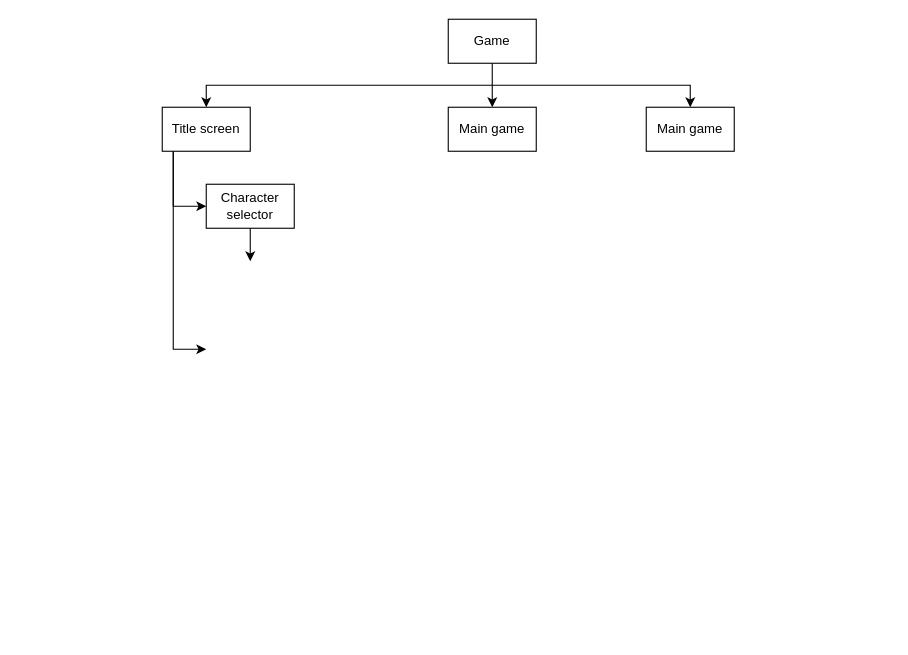
The draw.io diagram Untitled Diagram.drawio in Flat-Kiwi/squp.github.io, before the edit. Source tidied: cells renumbered, new cells numbered last; positions are measured from the earlier drawing's top-left corner, leaving out a move shared by most shapes. Both pictures are drawn from the tidied source at 110%, with x=0, y=0 at pixel (162, 19).
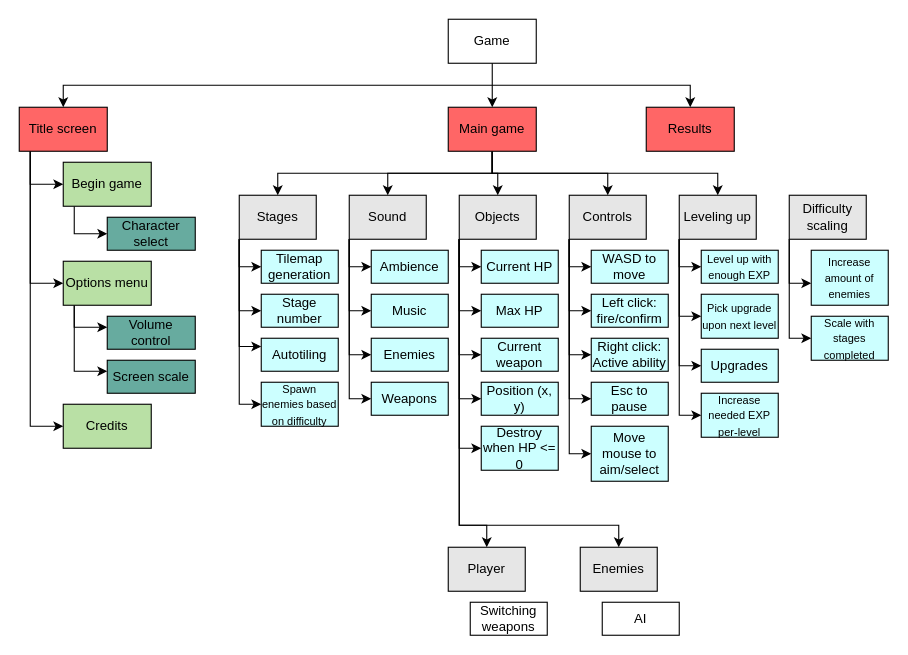
Above is the later version.

The edit, as a diff of the source:
```diff
@@
     <mxCell id="3" style="endArrow=classic;startArrow=classic;html=1;rounded=0;" parent="1" edge="1" source="7" target="9">
       <mxGeometry relative="1" as="geometry">
         <Array as="points">
-          <mxPoint x="40" y="60" />
-          <mxPoint x="295" y="60" />
+          <mxPoint x="-90" y="60" />
+          <mxPoint x="165" y="60" />
           <mxPoint x="480" y="60" />
         </Array>
       </mxGeometry>
     </mxCell>
@@
-    <mxCell id="5" style="edgeStyle=orthogonalEdgeStyle;rounded=0;jettySize=auto;html=1;" parent="1" edge="1" source="7">
+    <mxCell id="5" style="edgeStyle=orthogonalEdgeStyle;rounded=0;jettySize=auto;html=1;" parent="1" edge="1" source="7" target="11">
       <mxGeometry relative="1" as="geometry">
-        <mxPoint x="40" y="170" as="targetPoint" />
         <Array as="points">
-          <mxPoint x="10" y="170" />
+          <mxPoint x="-120" y="150" />
         </Array>
       </mxGeometry>
     </mxCell>
-    <mxCell id="6" style="edgeStyle=orthogonalEdgeStyle;rounded=0;jettySize=auto;html=1;" parent="1" edge="1" source="7">
+    <mxCell id="6" style="edgeStyle=orthogonalEdgeStyle;rounded=0;jettySize=auto;html=1;" parent="1" edge="1" source="7" target="20">
       <mxGeometry relative="1" as="geometry">
-        <mxPoint x="40" y="300" as="targetPoint" />
         <Array as="points">
-          <mxPoint x="10" y="300" />
-          <mxPoint x="40" y="300" />
+          <mxPoint x="-120" y="240" />
         </Array>
       </mxGeometry>
     </mxCell>
+    <mxCell id="12" style="edgeStyle=orthogonalEdgeStyle;rounded=0;jettySize=auto;html=1;" parent="1" edge="1" source="7" target="24">
+      <mxGeometry relative="1" as="geometry">
+        <Array as="points">
+          <mxPoint x="-120" y="370" />
+        </Array>
+      </mxGeometry>
+    </mxCell>
-    <mxCell id="7" value="Title screen" style="whiteSpace=wrap;html=1;" parent="1" vertex="1">
-      <mxGeometry y="80" width="80" height="40" as="geometry" />
+    <mxCell id="7" value="Title screen" style="whiteSpace=wrap;html=1;fillColor=#FF6666;" parent="1" vertex="1">
+      <mxGeometry x="-130" y="80" width="80" height="40" as="geometry" />
     </mxCell>
+    <mxCell id="13" style="edgeStyle=orthogonalEdgeStyle;rounded=0;jettySize=auto;html=1;entryX=0.5;entryY=0;entryDx=0;entryDy=0;" parent="1" edge="1" source="8" target="42">
+      <mxGeometry relative="1" as="geometry" />
+    </mxCell>
+    <mxCell id="14" style="edgeStyle=orthogonalEdgeStyle;rounded=0;jettySize=auto;html=1;entryX=0.5;entryY=0;entryDx=0;entryDy=0;" parent="1" edge="1" source="8" target="34">
+      <mxGeometry relative="1" as="geometry">
+        <Array as="points">
+          <mxPoint x="300" y="140" />
+          <mxPoint x="205" y="140" />
+        </Array>
+      </mxGeometry>
+    </mxCell>
+    <mxCell id="15" style="edgeStyle=orthogonalEdgeStyle;rounded=0;jettySize=auto;html=1;entryX=0.5;entryY=0;entryDx=0;entryDy=0;" parent="1" edge="1" source="8" target="29">
+      <mxGeometry relative="1" as="geometry">
+        <Array as="points">
+          <mxPoint x="300" y="140" />
+          <mxPoint x="105" y="140" />
+        </Array>
+      </mxGeometry>
+    </mxCell>
+    <mxCell id="16" style="edgeStyle=orthogonalEdgeStyle;rounded=0;jettySize=auto;html=1;entryX=0.5;entryY=0;entryDx=0;entryDy=0;" parent="1" edge="1" source="8" target="48">
+      <mxGeometry relative="1" as="geometry">
+        <Array as="points">
+          <mxPoint x="300" y="140" />
+          <mxPoint x="405" y="140" />
+        </Array>
+      </mxGeometry>
+    </mxCell>
+    <mxCell id="17" style="edgeStyle=orthogonalEdgeStyle;rounded=0;jettySize=auto;html=1;entryX=0.5;entryY=0;entryDx=0;entryDy=0;fillColor=#B9E0A5;" parent="1" edge="1" source="8" target="57">
+      <mxGeometry relative="1" as="geometry">
+        <Array as="points">
+          <mxPoint x="300" y="140" />
+          <mxPoint x="505" y="140" />
+        </Array>
+      </mxGeometry>
+    </mxCell>
-    <mxCell id="8" value="Main game" style="whiteSpace=wrap;html=1;" parent="1" vertex="1">
+    <mxCell id="8" value="Main game" style="whiteSpace=wrap;html=1;fillColor=#FF6666;" parent="1" vertex="1">
       <mxGeometry x="260" y="80" width="80" height="40" as="geometry" />
     </mxCell>
-    <mxCell id="9" value="Main game" style="whiteSpace=wrap;html=1;" parent="1" vertex="1">
+    <mxCell id="9" value="Results" style="whiteSpace=wrap;html=1;fillColor=#FF6666;" parent="1" vertex="1">
       <mxGeometry x="440" y="80" width="80" height="40" as="geometry" />
     </mxCell>
-    <mxCell id="10" style="edgeStyle=orthogonalEdgeStyle;rounded=0;jettySize=auto;html=1;" parent="1" edge="1" source="11">
+    <mxCell id="10" style="edgeStyle=orthogonalEdgeStyle;rounded=0;jettySize=auto;html=1;fillColor=#B9E0A5;" parent="1" edge="1" source="11" target="21">
       <mxGeometry relative="1" as="geometry">
-        <mxPoint x="80" y="220" as="targetPoint" />
+        <Array as="points">
+          <mxPoint x="-80" y="195" />
+        </Array>
       </mxGeometry>
     </mxCell>
-    <mxCell id="11" value="Character selector" style="whiteSpace=wrap;html=1;" parent="1" vertex="1">
-      <mxGeometry x="40" y="150" width="80" height="40" as="geometry" />
+    <mxCell id="11" value="Begin game" style="whiteSpace=wrap;html=1;fillColor=#B9E0A5;" parent="1" vertex="1">
+      <mxGeometry x="-90" y="130" width="80" height="40" as="geometry" />
     </mxCell>
+    <mxCell id="18" style="edgeStyle=orthogonalEdgeStyle;rounded=0;jettySize=auto;html=1;fillColor=#B9E0A5;" parent="1" edge="1" source="20" target="23">
+      <mxGeometry relative="1" as="geometry">
+        <Array as="points">
+          <mxPoint x="-80" y="320" />
+        </Array>
+      </mxGeometry>
+    </mxCell>
+    <mxCell id="19" style="edgeStyle=orthogonalEdgeStyle;rounded=0;jettySize=auto;html=1;fillColor=#B9E0A5;" parent="1" edge="1" source="20">
+      <mxGeometry relative="1" as="geometry">
+        <mxPoint x="-50" y="280" as="targetPoint" />
+        <Array as="points">
+          <mxPoint x="-80" y="280" />
+          <mxPoint x="-50" y="280" />
+        </Array>
+      </mxGeometry>
+    </mxCell>
+    <mxCell id="20" value="Options menu" style="whiteSpace=wrap;html=1;fillColor=#B9E0A5;" parent="1" vertex="1">
+      <mxGeometry x="-90" y="220" width="80" height="40" as="geometry" />
+    </mxCell>
+    <mxCell id="21" value="Character select" style="whiteSpace=wrap;html=1;fillColor=#67AB9F;" parent="1" vertex="1">
+      <mxGeometry x="-50" y="180" width="80" height="30" as="geometry" />
+    </mxCell>
+    <mxCell id="22" value="Volume control" style="whiteSpace=wrap;html=1;fillColor=#67AB9F;" parent="1" vertex="1">
+      <mxGeometry x="-50" y="270" width="80" height="30" as="geometry" />
+    </mxCell>
+    <mxCell id="23" value="Screen scale" style="whiteSpace=wrap;html=1;fillColor=#67AB9F;" parent="1" vertex="1">
+      <mxGeometry x="-50" y="310" width="80" height="30" as="geometry" />
+    </mxCell>
+    <mxCell id="24" value="Credits" style="whiteSpace=wrap;html=1;fillColor=#B9E0A5;" parent="1" vertex="1">
+      <mxGeometry x="-90" y="350" width="80" height="40" as="geometry" />
+    </mxCell>
+    <mxCell id="25" style="edgeStyle=orthogonalEdgeStyle;rounded=0;jettySize=auto;html=1;entryX=0;entryY=0.5;entryDx=0;entryDy=0;fontSize=10;fontColor=none;fillColor=#B9E0A5;" parent="1" edge="1" source="29" target="71">
+      <mxGeometry relative="1" as="geometry">
+        <Array as="points">
+          <mxPoint x="70" y="225" />
+        </Array>
+      </mxGeometry>
+    </mxCell>
+    <mxCell id="26" style="edgeStyle=orthogonalEdgeStyle;rounded=0;jettySize=auto;html=1;entryX=0;entryY=0.5;entryDx=0;entryDy=0;fontSize=10;fontColor=none;fillColor=#B9E0A5;" parent="1" edge="1" source="29" target="72">
+      <mxGeometry relative="1" as="geometry">
+        <Array as="points">
+          <mxPoint x="70" y="265" />
+        </Array>
+      </mxGeometry>
+    </mxCell>
+    <mxCell id="27" style="edgeStyle=orthogonalEdgeStyle;rounded=0;jettySize=auto;html=1;entryX=0;entryY=0.25;entryDx=0;entryDy=0;fontSize=10;fontColor=none;fillColor=#B9E0A5;" parent="1" edge="1" source="29" target="73">
+      <mxGeometry relative="1" as="geometry">
+        <Array as="points">
+          <mxPoint x="70" y="298" />
+        </Array>
+      </mxGeometry>
+    </mxCell>
+    <mxCell id="28" style="edgeStyle=orthogonalEdgeStyle;rounded=0;jettySize=auto;html=1;entryX=0;entryY=0.5;entryDx=0;entryDy=0;fontSize=10;fontColor=none;fillColor=#B9E0A5;" parent="1" edge="1" source="29" target="74">
+      <mxGeometry relative="1" as="geometry">
+        <Array as="points">
+          <mxPoint x="70" y="350" />
+        </Array>
+      </mxGeometry>
+    </mxCell>
+    <mxCell id="29" value="Stages" style="whiteSpace=wrap;html=1;fillColor=#E6E6E6;" parent="1" vertex="1">
+      <mxGeometry x="70" y="160" width="70" height="40" as="geometry" />
+    </mxCell>
+    <mxCell id="30" style="edgeStyle=orthogonalEdgeStyle;rounded=0;jettySize=auto;html=1;entryX=0;entryY=0.5;entryDx=0;entryDy=0;fillColor=#B9E0A5;" parent="1" edge="1" source="34" target="49">
+      <mxGeometry relative="1" as="geometry">
+        <Array as="points">
+          <mxPoint x="170" y="225" />
+        </Array>
+      </mxGeometry>
+    </mxCell>
+    <mxCell id="31" style="edgeStyle=orthogonalEdgeStyle;rounded=0;jettySize=auto;html=1;entryX=0;entryY=0.5;entryDx=0;entryDy=0;fillColor=#B9E0A5;" parent="1" edge="1" source="34" target="50">
+      <mxGeometry relative="1" as="geometry">
+        <Array as="points">
+          <mxPoint x="170" y="265" />
+        </Array>
+      </mxGeometry>
+    </mxCell>
+    <mxCell id="32" style="edgeStyle=orthogonalEdgeStyle;rounded=0;jettySize=auto;html=1;entryX=0;entryY=0.5;entryDx=0;entryDy=0;fillColor=#B9E0A5;" parent="1" edge="1" source="34" target="51">
+      <mxGeometry relative="1" as="geometry">
+        <Array as="points">
+          <mxPoint x="170" y="305" />
+        </Array>
+      </mxGeometry>
+    </mxCell>
+    <mxCell id="33" style="edgeStyle=orthogonalEdgeStyle;rounded=0;jettySize=auto;html=1;entryX=0;entryY=0.5;entryDx=0;entryDy=0;fillColor=#B9E0A5;" parent="1" edge="1" source="34" target="52">
+      <mxGeometry relative="1" as="geometry">
+        <Array as="points">
+          <mxPoint x="170" y="345" />
+        </Array>
+      </mxGeometry>
+    </mxCell>
+    <mxCell id="34" value="Sound" style="whiteSpace=wrap;html=1;fillColor=#E6E6E6;" parent="1" vertex="1">
+      <mxGeometry x="170" y="160" width="70" height="40" as="geometry" />
+    </mxCell>
+    <mxCell id="35" style="edgeStyle=orthogonalEdgeStyle;rounded=0;jettySize=auto;html=1;entryX=0;entryY=0.5;entryDx=0;entryDy=0;fontSize=10;fontColor=none;fillColor=#B9E0A5;" parent="1" edge="1" source="42" target="78">
+      <mxGeometry relative="1" as="geometry">
+        <Array as="points">
+          <mxPoint x="270" y="225" />
+        </Array>
+      </mxGeometry>
+    </mxCell>
+    <mxCell id="36" style="edgeStyle=orthogonalEdgeStyle;rounded=0;jettySize=auto;html=1;entryX=0;entryY=0.5;entryDx=0;entryDy=0;fontSize=10;fontColor=none;fillColor=#B9E0A5;" parent="1" edge="1" source="42" target="79">
+      <mxGeometry relative="1" as="geometry">
+        <Array as="points">
+          <mxPoint x="270" y="265" />
+        </Array>
+      </mxGeometry>
+    </mxCell>
+    <mxCell id="37" style="edgeStyle=orthogonalEdgeStyle;rounded=0;jettySize=auto;html=1;entryX=0;entryY=0.5;entryDx=0;entryDy=0;fontSize=10;fontColor=none;fillColor=#B9E0A5;" parent="1" edge="1" source="42" target="80">
+      <mxGeometry relative="1" as="geometry">
+        <Array as="points">
+          <mxPoint x="270" y="305" />
+        </Array>
+      </mxGeometry>
+    </mxCell>
+    <mxCell id="38" style="edgeStyle=orthogonalEdgeStyle;rounded=0;jettySize=auto;html=1;entryX=0;entryY=0.5;entryDx=0;entryDy=0;fontSize=10;fontColor=none;fillColor=#B9E0A5;" parent="1" edge="1" source="42" target="81">
+      <mxGeometry relative="1" as="geometry">
+        <Array as="points">
+          <mxPoint x="270" y="345" />
+        </Array>
+      </mxGeometry>
+    </mxCell>
+    <mxCell id="39" style="edgeStyle=orthogonalEdgeStyle;rounded=0;jettySize=auto;html=1;entryX=0.5;entryY=0;entryDx=0;entryDy=0;fontSize=10;fontColor=none;fillColor=#B9E0A5;" parent="1" edge="1" source="42" target="76">
+      <mxGeometry relative="1" as="geometry">
+        <Array as="points">
+          <mxPoint x="270" y="460" />
+          <mxPoint x="295" y="460" />
+        </Array>
+      </mxGeometry>
+    </mxCell>
+    <mxCell id="40" style="edgeStyle=orthogonalEdgeStyle;rounded=0;jettySize=auto;html=1;entryX=0.5;entryY=0;entryDx=0;entryDy=0;fontSize=10;fontColor=none;fillColor=#B9E0A5;" parent="1" edge="1" source="42" target="77">
+      <mxGeometry relative="1" as="geometry">
+        <Array as="points">
+          <mxPoint x="270" y="460" />
+          <mxPoint x="415" y="460" />
+        </Array>
+      </mxGeometry>
+    </mxCell>
+    <mxCell id="41" style="edgeStyle=orthogonalEdgeStyle;rounded=0;jettySize=auto;html=1;entryX=0;entryY=0.5;entryDx=0;entryDy=0;fontSize=10;fontColor=none;fillColor=#B9E0A5;" parent="1" edge="1" source="42" target="84">
+      <mxGeometry relative="1" as="geometry">
+        <Array as="points">
+          <mxPoint x="270" y="390" />
+        </Array>
+      </mxGeometry>
+    </mxCell>
+    <mxCell id="42" value="Objects" style="whiteSpace=wrap;html=1;fillColor=#E6E6E6;" parent="1" vertex="1">
+      <mxGeometry x="270" y="160" width="70" height="40" as="geometry" />
+    </mxCell>
+    <mxCell id="43" style="edgeStyle=orthogonalEdgeStyle;rounded=0;jettySize=auto;html=1;entryX=0;entryY=0.5;entryDx=0;entryDy=0;fillColor=#B9E0A5;" parent="1" edge="1" source="48" target="58">
+      <mxGeometry relative="1" as="geometry">
+        <Array as="points">
+          <mxPoint x="370" y="225" />
+        </Array>
+      </mxGeometry>
+    </mxCell>
+    <mxCell id="44" style="edgeStyle=orthogonalEdgeStyle;rounded=0;jettySize=auto;html=1;entryX=0;entryY=0.5;entryDx=0;entryDy=0;fillColor=#B9E0A5;" parent="1" edge="1" source="48" target="60">
+      <mxGeometry relative="1" as="geometry">
+        <Array as="points">
+          <mxPoint x="370" y="265" />
+        </Array>
+      </mxGeometry>
+    </mxCell>
+    <mxCell id="45" style="edgeStyle=orthogonalEdgeStyle;rounded=0;jettySize=auto;html=1;entryX=0;entryY=0.5;entryDx=0;entryDy=0;fillColor=#B9E0A5;" parent="1" edge="1" source="48" target="61">
+      <mxGeometry relative="1" as="geometry">
+        <Array as="points">
+          <mxPoint x="370" y="305" />
+        </Array>
+      </mxGeometry>
+    </mxCell>
+    <mxCell id="46" style="edgeStyle=orthogonalEdgeStyle;rounded=0;jettySize=auto;html=1;entryX=0;entryY=0.5;entryDx=0;entryDy=0;fillColor=#B9E0A5;" parent="1" edge="1" source="48" target="62">
+      <mxGeometry relative="1" as="geometry">
+        <Array as="points">
+          <mxPoint x="370" y="345" />
+        </Array>
+      </mxGeometry>
+    </mxCell>
+    <mxCell id="47" style="edgeStyle=orthogonalEdgeStyle;rounded=0;jettySize=auto;html=1;entryX=0;entryY=0.5;entryDx=0;entryDy=0;fillColor=#B9E0A5;" parent="1" edge="1" source="48" target="64">
+      <mxGeometry relative="1" as="geometry">
+        <Array as="points">
+          <mxPoint x="370" y="395" />
+        </Array>
+      </mxGeometry>
+    </mxCell>
+    <mxCell id="48" value="Controls" style="whiteSpace=wrap;html=1;fillColor=#E6E6E6;" parent="1" vertex="1">
+      <mxGeometry x="370" y="160" width="70" height="40" as="geometry" />
+    </mxCell>
+    <mxCell id="49" value="Ambience" style="whiteSpace=wrap;html=1;fillColor=#CCFFFF;" parent="1" vertex="1">
+      <mxGeometry x="190" y="210" width="70" height="30" as="geometry" />
+    </mxCell>
+    <mxCell id="50" value="Music" style="whiteSpace=wrap;html=1;fillColor=#CCFFFF;" parent="1" vertex="1">
+      <mxGeometry x="190" y="250" width="70" height="30" as="geometry" />
+    </mxCell>
+    <mxCell id="51" value="Enemies" style="whiteSpace=wrap;html=1;fillColor=#CCFFFF;" parent="1" vertex="1">
+      <mxGeometry x="190" y="290" width="70" height="30" as="geometry" />
+    </mxCell>
+    <mxCell id="52" value="Weapons" style="whiteSpace=wrap;html=1;fillColor=#CCFFFF;" parent="1" vertex="1">
+      <mxGeometry x="190" y="330" width="70" height="30" as="geometry" />
+    </mxCell>
+    <mxCell id="53" style="edgeStyle=orthogonalEdgeStyle;rounded=0;jettySize=auto;html=1;entryX=0;entryY=0.5;entryDx=0;entryDy=0;fillColor=#B9E0A5;" parent="1" edge="1" source="57" target="59">
+      <mxGeometry relative="1" as="geometry">
+        <Array as="points">
+          <mxPoint x="470" y="225" />
+        </Array>
+      </mxGeometry>
+    </mxCell>
+    <mxCell id="54" style="edgeStyle=orthogonalEdgeStyle;rounded=0;jettySize=auto;html=1;entryX=0;entryY=0.5;entryDx=0;entryDy=0;fontSize=10;fontColor=none;fillColor=#B9E0A5;" parent="1" edge="1" source="57" target="63">
+      <mxGeometry relative="1" as="geometry">
+        <Array as="points">
+          <mxPoint x="470" y="270" />
+        </Array>
+      </mxGeometry>
+    </mxCell>
+    <mxCell id="55" style="edgeStyle=orthogonalEdgeStyle;rounded=0;jettySize=auto;html=1;entryX=0;entryY=0.5;entryDx=0;entryDy=0;fontSize=10;fontColor=none;fillColor=#B9E0A5;" parent="1" edge="1" source="57" target="68">
+      <mxGeometry relative="1" as="geometry">
+        <Array as="points">
+          <mxPoint x="470" y="315" />
+        </Array>
+      </mxGeometry>
+    </mxCell>
+    <mxCell id="56" style="edgeStyle=orthogonalEdgeStyle;rounded=0;jettySize=auto;html=1;entryX=0;entryY=0.5;entryDx=0;entryDy=0;fontSize=10;fontColor=none;fillColor=#B9E0A5;" parent="1" edge="1" source="57" target="75">
+      <mxGeometry relative="1" as="geometry">
+        <Array as="points">
+          <mxPoint x="470" y="360" />
+        </Array>
+      </mxGeometry>
+    </mxCell>
+    <mxCell id="57" value="Leveling up" style="whiteSpace=wrap;html=1;fillColor=#E6E6E6;" parent="1" vertex="1">
+      <mxGeometry x="470" y="160" width="70" height="40" as="geometry" />
+    </mxCell>
+    <mxCell id="58" value="WASD to move" style="whiteSpace=wrap;html=1;fillColor=#CCFFFF;" parent="1" vertex="1">
+      <mxGeometry x="390" y="210" width="70" height="30" as="geometry" />
+    </mxCell>
+    <mxCell id="59" value="&lt;font style=&quot;font-size: 10px&quot;&gt;Level up with enough EXP&lt;/font&gt;" style="whiteSpace=wrap;html=1;fillColor=#CCFFFF;" parent="1" vertex="1">
+      <mxGeometry x="490" y="210" width="70" height="30" as="geometry" />
+    </mxCell>
+    <mxCell id="60" value="Left click: fire/confirm" style="whiteSpace=wrap;html=1;fillColor=#CCFFFF;" parent="1" vertex="1">
+      <mxGeometry x="390" y="250" width="70" height="30" as="geometry" />
+    </mxCell>
+    <mxCell id="61" value="Right click: Active ability" style="whiteSpace=wrap;html=1;fillColor=#CCFFFF;" parent="1" vertex="1">
+      <mxGeometry x="390" y="290" width="70" height="30" as="geometry" />
+    </mxCell>
+    <mxCell id="62" value="Esc to pause" style="whiteSpace=wrap;html=1;fillColor=#CCFFFF;" parent="1" vertex="1">
+      <mxGeometry x="390" y="330" width="70" height="30" as="geometry" />
+    </mxCell>
+    <mxCell id="63" value="&lt;font style=&quot;font-size: 10px&quot;&gt;Pick upgrade upon next level&lt;/font&gt;" style="whiteSpace=wrap;html=1;fillColor=#CCFFFF;" parent="1" vertex="1">
+      <mxGeometry x="490" y="250" width="70" height="40" as="geometry" />
+    </mxCell>
+    <mxCell id="64" value="Move mouse to aim/select" style="whiteSpace=wrap;html=1;fillColor=#CCFFFF;" parent="1" vertex="1">
+      <mxGeometry x="390" y="370" width="70" height="50" as="geometry" />
+    </mxCell>
+    <mxCell id="65" style="edgeStyle=orthogonalEdgeStyle;rounded=0;jettySize=auto;html=1;entryX=0;entryY=0.6;entryDx=0;entryDy=0;entryPerimeter=0;fontSize=10;fontColor=none;fillColor=#B9E0A5;" parent="1" edge="1" source="67" target="69">
+      <mxGeometry relative="1" as="geometry">
+        <Array as="points">
+          <mxPoint x="570" y="240" />
+        </Array>
+      </mxGeometry>
+    </mxCell>
+    <mxCell id="66" style="edgeStyle=orthogonalEdgeStyle;rounded=0;jettySize=auto;html=1;entryX=0;entryY=0.5;entryDx=0;entryDy=0;fontSize=10;fontColor=none;fillColor=#B9E0A5;" parent="1" edge="1" source="67" target="70">
+      <mxGeometry relative="1" as="geometry">
+        <Array as="points">
+          <mxPoint x="570" y="290" />
+        </Array>
+      </mxGeometry>
+    </mxCell>
+    <mxCell id="67" value="Difficulty scaling" style="whiteSpace=wrap;html=1;fillColor=#E6E6E6;" parent="1" vertex="1">
+      <mxGeometry x="570" y="160" width="70" height="40" as="geometry" />
+    </mxCell>
+    <mxCell id="68" value="Upgrades" style="whiteSpace=wrap;html=1;fillColor=#CCFFFF;" parent="1" vertex="1">
+      <mxGeometry x="490" y="300" width="70" height="30" as="geometry" />
+    </mxCell>
+    <mxCell id="69" value="&lt;font style=&quot;font-size: 10px&quot;&gt;Increase amount of enemies&lt;/font&gt;" style="whiteSpace=wrap;html=1;fillColor=#CCFFFF;" parent="1" vertex="1">
+      <mxGeometry x="590" y="210" width="70" height="50" as="geometry" />
+    </mxCell>
+    <mxCell id="70" value="&lt;span style=&quot;font-size: 10px&quot;&gt;Scale with stages completed&lt;/span&gt;" style="whiteSpace=wrap;html=1;fillColor=#CCFFFF;" parent="1" vertex="1">
+      <mxGeometry x="590" y="270" width="70" height="40" as="geometry" />
+    </mxCell>
+    <mxCell id="71" value="Tilemap generation" style="whiteSpace=wrap;html=1;fillColor=#CCFFFF;" parent="1" vertex="1">
+      <mxGeometry x="90" y="210" width="70" height="30" as="geometry" />
+    </mxCell>
+    <mxCell id="72" value="Stage number" style="whiteSpace=wrap;html=1;fillColor=#CCFFFF;" parent="1" vertex="1">
+      <mxGeometry x="90" y="250" width="70" height="30" as="geometry" />
+    </mxCell>
+    <mxCell id="73" value="Autotiling" style="whiteSpace=wrap;html=1;fillColor=#CCFFFF;" parent="1" vertex="1">
+      <mxGeometry x="90" y="290" width="70" height="30" as="geometry" />
+    </mxCell>
+    <mxCell id="74" value="&lt;font style=&quot;font-size: 10px&quot;&gt;Spawn enemies based on difficulty&lt;/font&gt;" style="whiteSpace=wrap;html=1;fillColor=#CCFFFF;" parent="1" vertex="1">
+      <mxGeometry x="90" y="330" width="70" height="40" as="geometry" />
+    </mxCell>
+    <mxCell id="75" value="&lt;font style=&quot;font-size: 10px&quot;&gt;Increase needed EXP per-level&lt;/font&gt;" style="whiteSpace=wrap;html=1;fillColor=#CCFFFF;" parent="1" vertex="1">
+      <mxGeometry x="490" y="340" width="70" height="40" as="geometry" />
+    </mxCell>
+    <mxCell id="76" value="Player" style="whiteSpace=wrap;html=1;fillColor=#E6E6E6;" parent="1" vertex="1">
+      <mxGeometry x="260" y="480" width="70" height="40" as="geometry" />
+    </mxCell>
+    <mxCell id="77" value="Enemies" style="whiteSpace=wrap;html=1;fillColor=#E6E6E6;" parent="1" vertex="1">
+      <mxGeometry x="380" y="480" width="70" height="40" as="geometry" />
+    </mxCell>
+    <mxCell id="78" value="Current HP" style="whiteSpace=wrap;html=1;fillColor=#CCFFFF;" parent="1" vertex="1">
+      <mxGeometry x="290" y="210" width="70" height="30" as="geometry" />
+    </mxCell>
+    <mxCell id="79" value="Max HP" style="whiteSpace=wrap;html=1;fillColor=#CCFFFF;" parent="1" vertex="1">
+      <mxGeometry x="290" y="250" width="70" height="30" as="geometry" />
+    </mxCell>
+    <mxCell id="80" value="Current weapon" style="whiteSpace=wrap;html=1;fillColor=#CCFFFF;" parent="1" vertex="1">
+      <mxGeometry x="290" y="290" width="70" height="30" as="geometry" />
+    </mxCell>
+    <mxCell id="81" value="Position (x, y)" style="whiteSpace=wrap;html=1;fillColor=#CCFFFF;" parent="1" vertex="1">
+      <mxGeometry x="290" y="330" width="70" height="30" as="geometry" />
+    </mxCell>
+    <mxCell id="82" value="Switching weapons" style="whiteSpace=wrap;html=1;" parent="1" vertex="1">
+      <mxGeometry x="280" y="530" width="70" height="30" as="geometry" />
+    </mxCell>
+    <mxCell id="83" value="AI" style="whiteSpace=wrap;html=1;" parent="1" vertex="1">
+      <mxGeometry x="400" y="530" width="70" height="30" as="geometry" />
+    </mxCell>
+    <mxCell id="84" value="Destroy when HP &amp;lt;= 0" style="whiteSpace=wrap;html=1;fillColor=#CCFFFF;" parent="1" vertex="1">
+      <mxGeometry x="290" y="370" width="70" height="40" as="geometry" />
+    </mxCell>
```
